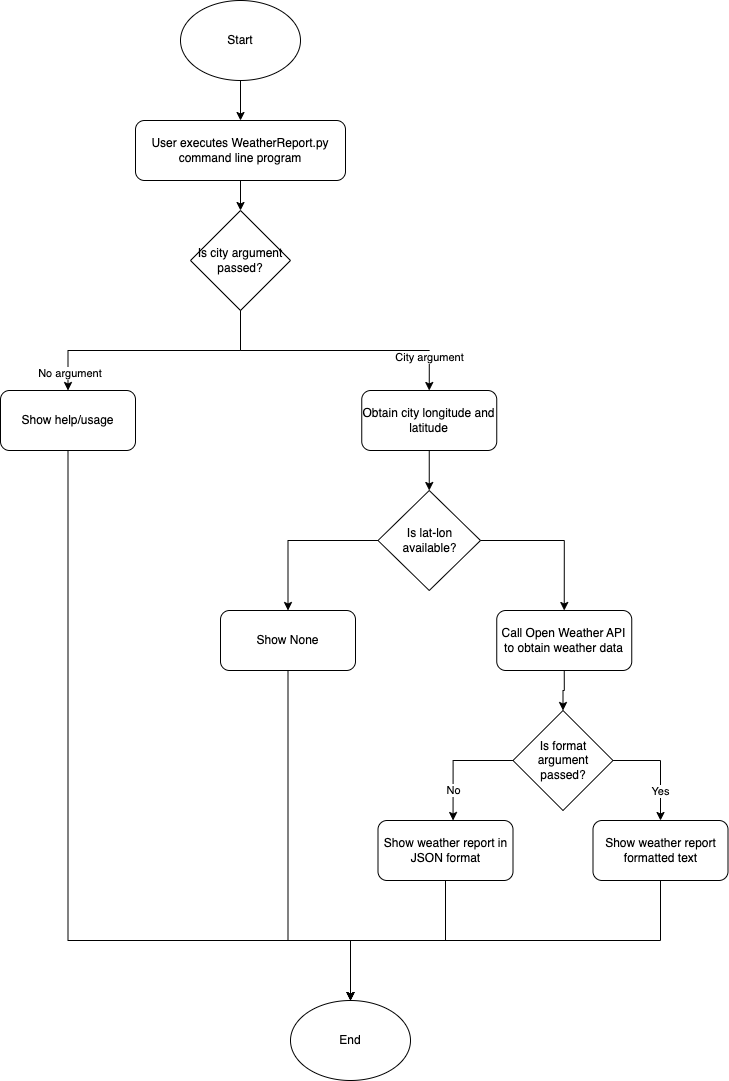
Fastest-Coder-First/Fastest-Coder-Hackathon keeps this draw.io diagram as images/program-flow.png. Above is the earlier version. Source tidied: cells renumbered, new cells last; positions are measured from the earlier drawing's top-left corner, leaving out a move shared by most shapes.
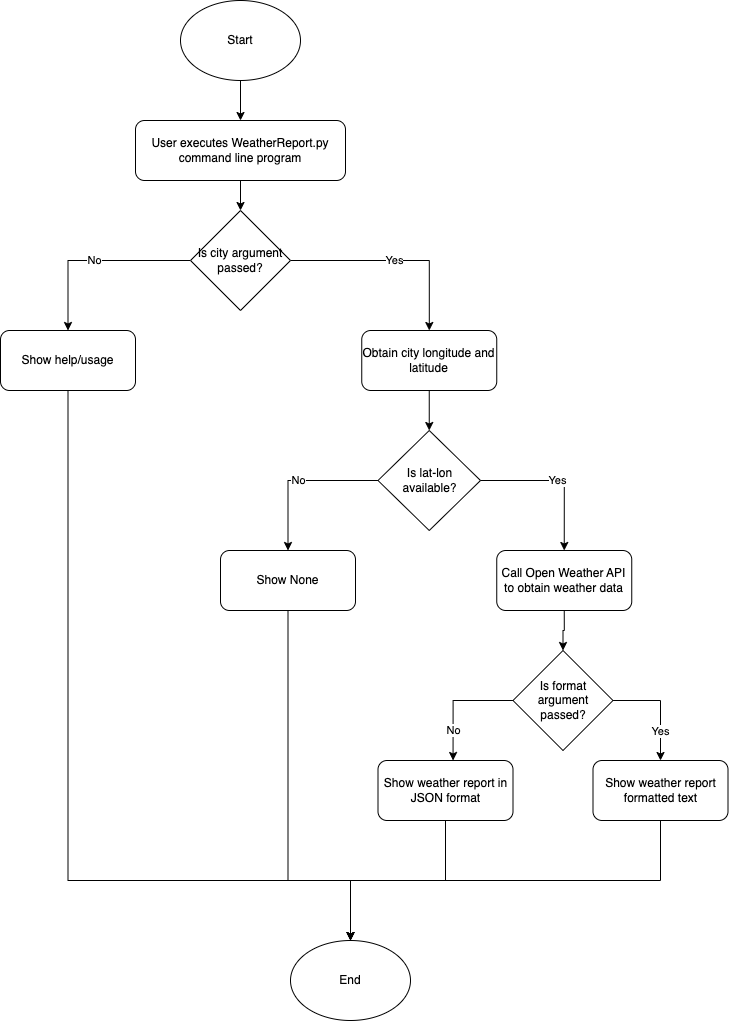
After the change.

What changed in the source:
```diff
@@ -6,19 +6,22 @@
       <mxGeometry relative="1" as="geometry" />
     </mxCell>
     <mxCell id="3" value="Start" style="ellipse;whiteSpace=wrap;html=1;" parent="1" vertex="1">
-      <mxGeometry x="180" width="120" height="80" as="geometry" />
+      <mxGeometry x="180" y="60" width="120" height="80" as="geometry" />
     </mxCell>
     <mxCell id="4" style="edgeStyle=orthogonalEdgeStyle;rounded=0;jettySize=auto;html=1;exitX=0.5;exitY=1;exitDx=0;exitDy=0;" parent="1" edge="1" source="5" target="7">
       <mxGeometry relative="1" as="geometry" />
     </mxCell>
     <mxCell id="5" value="User executes WeatherReport.py command line program" style="rounded=1;whiteSpace=wrap;html=1;" parent="1" vertex="1">
-      <mxGeometry x="135" y="120" width="210" height="60" as="geometry" />
+      <mxGeometry x="135" y="180" width="210" height="60" as="geometry" />
     </mxCell>
-    <mxCell id="6" value="No argument&amp;nbsp;" style="edgeStyle=orthogonalEdgeStyle;rounded=0;jettySize=auto;html=1;exitX=0.5;exitY=1;exitDx=0;exitDy=0;" parent="1" edge="1" source="7" target="9">
-      <mxGeometry x="0.86" y="3" relative="1" as="geometry" />
+    <mxCell id="6" value="No" style="edgeStyle=orthogonalEdgeStyle;rounded=0;jettySize=auto;html=1;entryX=0.5;entryY=0;entryDx=0;entryDy=0;" parent="1" edge="1" source="7" target="9">
+      <mxGeometry relative="1" as="geometry" />
     </mxCell>
+    <mxCell id="12" value="Yes" style="edgeStyle=orthogonalEdgeStyle;rounded=0;jettySize=auto;html=1;" parent="1" edge="1" source="7" target="11">
+      <mxGeometry relative="1" as="geometry" />
+    </mxCell>
     <mxCell id="7" value="Is city argument passed?" style="rhombus;whiteSpace=wrap;html=1;" parent="1" vertex="1">
-      <mxGeometry x="190" y="210" width="100" height="100" as="geometry" />
+      <mxGeometry x="190" y="270" width="100" height="100" as="geometry" />
     </mxCell>
     <mxCell id="8" style="edgeStyle=orthogonalEdgeStyle;rounded=0;jettySize=auto;html=1;entryX=0.5;entryY=0;entryDx=0;entryDy=0;exitX=0.5;exitY=1;exitDx=0;exitDy=0;" parent="1" edge="1" source="9" target="25">
       <mxGeometry relative="1" as="geometry">
@@ -37,10 +40,7 @@
     <mxCell id="11" value="Obtain city longitude and latitude" style="rounded=1;whiteSpace=wrap;html=1;" parent="1" vertex="1">
       <mxGeometry x="361.2" y="390" width="135" height="60" as="geometry" />
     </mxCell>
-    <mxCell id="12" value="City argument" style="edgeStyle=orthogonalEdgeStyle;rounded=0;jettySize=auto;html=1;exitX=0.5;exitY=1;exitDx=0;exitDy=0;entryX=0.5;entryY=0;entryDx=0;entryDy=0;" parent="1" edge="1" source="7" target="11">
-      <mxGeometry x="0.75" relative="1" as="geometry" />
-    </mxCell>
-    <mxCell id="13" style="edgeStyle=orthogonalEdgeStyle;rounded=0;jettySize=auto;html=1;entryX=0.5;entryY=0;entryDx=0;entryDy=0;" parent="1" edge="1" source="14" target="16">
+    <mxCell id="13" value="No" style="edgeStyle=orthogonalEdgeStyle;rounded=0;jettySize=auto;html=1;entryX=0.5;entryY=0;entryDx=0;entryDy=0;" parent="1" edge="1" source="14" target="16">
       <mxGeometry relative="1" as="geometry" />
     </mxCell>
     <mxCell id="14" value="Is lat-lon available?" style="rhombus;whiteSpace=wrap;html=1;" parent="1" vertex="1">
@@ -57,7 +57,7 @@
     <mxCell id="16" value="Show None" style="rounded=1;whiteSpace=wrap;html=1;" parent="1" vertex="1">
       <mxGeometry x="220" y="610" width="135" height="60" as="geometry" />
     </mxCell>
-    <mxCell id="17" style="edgeStyle=orthogonalEdgeStyle;rounded=0;jettySize=auto;html=1;entryX=0.5;entryY=0;entryDx=0;entryDy=0;exitX=1;exitY=0.5;exitDx=0;exitDy=0;" parent="1" edge="1" source="14" target="27">
+    <mxCell id="17" value="Yes" style="edgeStyle=orthogonalEdgeStyle;rounded=0;jettySize=auto;html=1;entryX=0.5;entryY=0;entryDx=0;entryDy=0;exitX=1;exitY=0.5;exitDx=0;exitDy=0;" parent="1" edge="1" source="14" target="27">
       <mxGeometry relative="1" as="geometry" />
     </mxCell>
     <mxCell id="18" value="No" style="edgeStyle=orthogonalEdgeStyle;rounded=0;jettySize=auto;html=1;exitX=0;exitY=0.5;exitDx=0;exitDy=0;entryX=0.556;entryY=0;entryDx=0;entryDy=0;entryPerimeter=0;" parent="1" edge="1" source="20" target="22">
```
